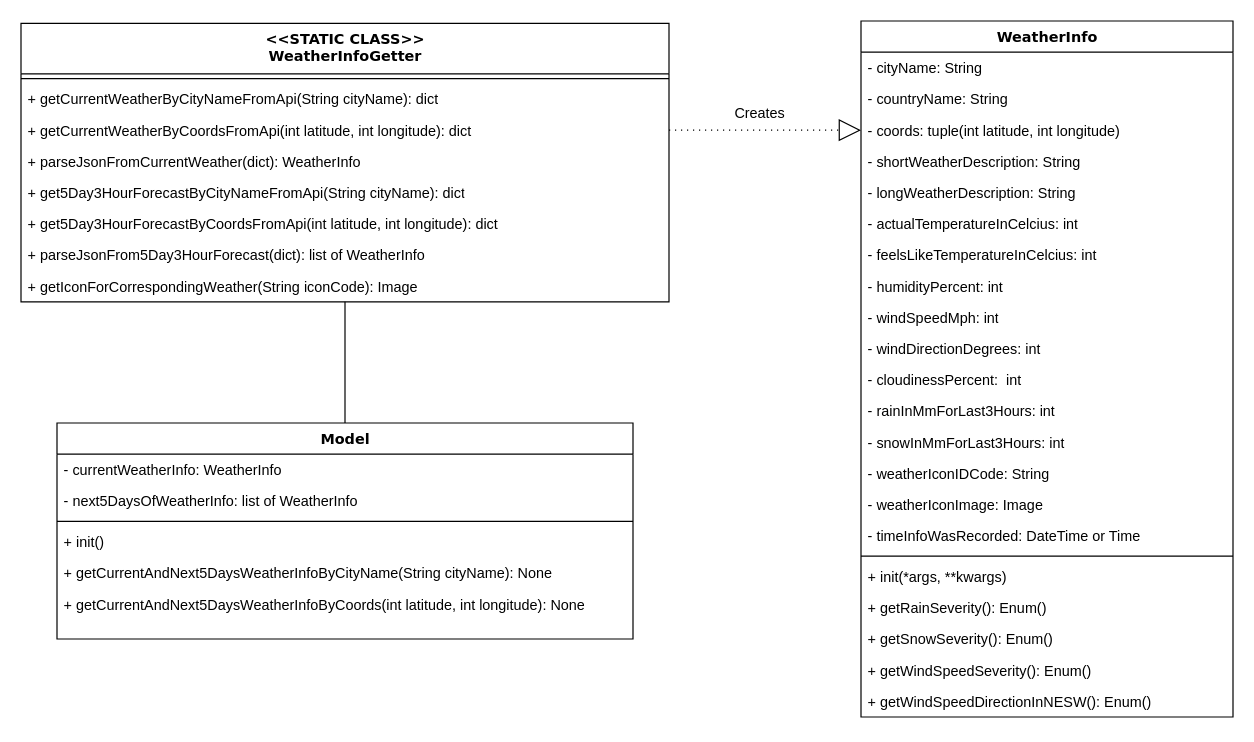
The draw.io diagram notes/2b) Design Solution.drawio in murtaza135/weather_app, before the edit. Source tidied: cells renumbered, new cells numbered last; positions are measured from the earlier drawing's top-left corner, leaving out a move shared by most shapes. Both pictures are drawn from the tidied source at 120%, with x=0, y=0 at pixel (20, 20).
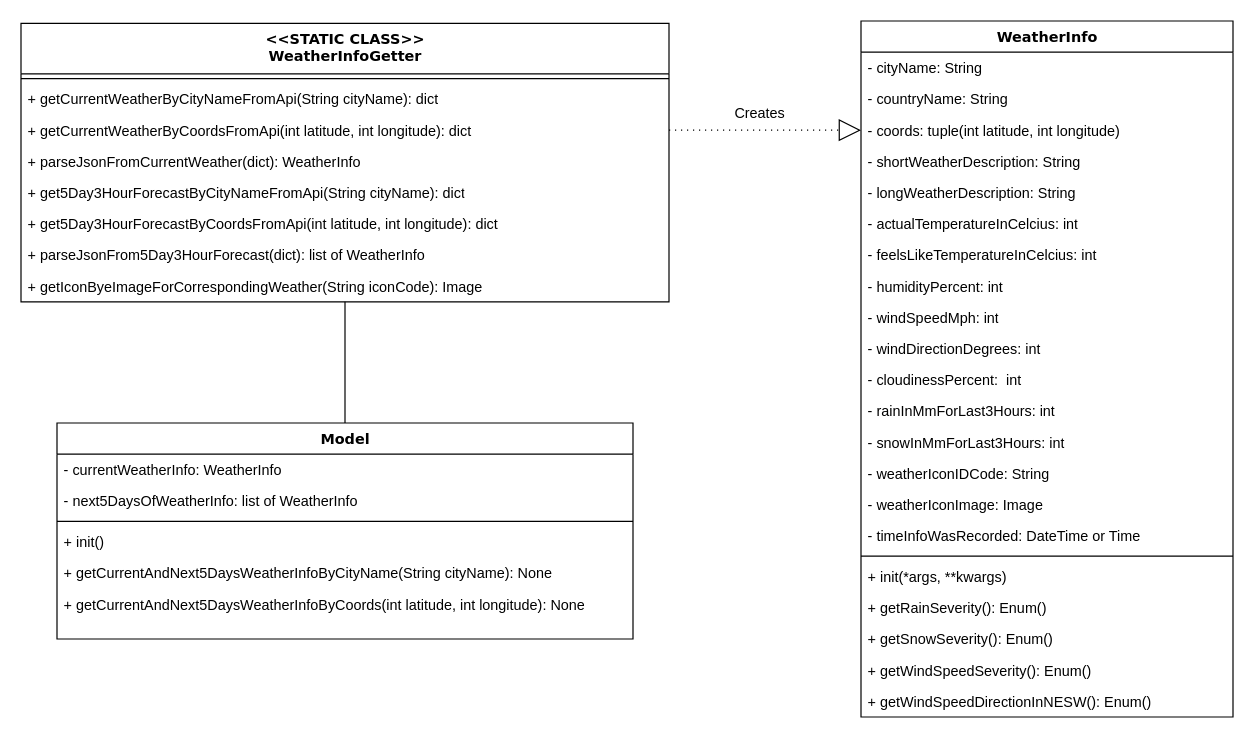
Above is the later version.

Unchanged cells that the change refers to:
```xml
<mxCell id="25" value="&amp;lt;&amp;lt;STATIC CLASS&amp;gt;&amp;gt;&lt;br&gt;WeatherInfoGetter" style="swimlane;html=1;fontStyle=1;align=center;verticalAlign=top;horizontal=1;startSize=42;swimlaneFillColor=#ffffff;rounded=0;shadow=0;comic=0;labelBackgroundColor=none;strokeColor=#000000;strokeWidth=1;fillColor=none;fontFamily=Verdana;fontSize=12;fontColor=#000000;" parent="1" vertex="1">
  <mxGeometry y="2" width="540" height="232" as="geometry" />
</mxCell>
```

Diff of the diagram source:
```diff
@@
-    <mxCell id="33" value="+ getIconForCorrespondingWeather(String iconCode): Image" style="text;html=1;strokeColor=none;fillColor=none;align=left;verticalAlign=top;spacingLeft=4;spacingRight=4;whiteSpace=wrap;overflow=hidden;" parent="25" vertex="1">
+    <mxCell id="33" value="+ getIconByeImageForCorrespondingWeather(String iconCode): Image" style="text;html=1;strokeColor=none;fillColor=none;align=left;verticalAlign=top;spacingLeft=4;spacingRight=4;whiteSpace=wrap;overflow=hidden;" parent="25" vertex="1">
       <mxGeometry y="206" width="540" height="26" as="geometry" />
     </mxCell>
```
